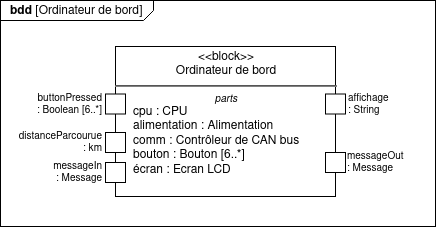
Above: diagrammes/bdd_ordi_de_bord.png in Dalker/ISI-mobility (draw.io), before the change. Source tidied: cells renumbered, new cells last; positions are measured from the earlier drawing's top-left corner, leaving out a move shared by most shapes.
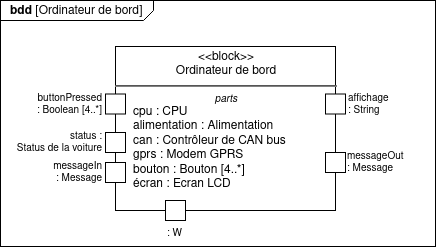
The same diagram one commit later.

The edit, as a diff of the source:
```diff
@@ -3,12 +3,12 @@
     <mxCell id="0" />
     <mxCell id="1" parent="0" />
     <mxCell id="2" value="&lt;p style=&quot;margin: 0px ; margin-top: 4px ; margin-left: 10px ; text-align: left&quot;&gt;&lt;b&gt;bdd&lt;/b&gt; [Ordinateur de bord]&lt;br&gt;&lt;/p&gt;" style="html=1;strokeWidth=1;shape=mxgraph.sysml.package;labelX=153;align=left;spacingLeft=10;overflow=fill;" parent="1" vertex="1">
-      <mxGeometry width="435" height="226" as="geometry" />
+      <mxGeometry width="435" height="246" as="geometry" />
     </mxCell>
-    <mxCell id="3" value="&lt;p style=&quot;margin: 0px ; margin-top: 4px ; text-align: center&quot;&gt;&amp;lt;&amp;lt;block&amp;gt;&amp;gt;&lt;br&gt;Ordinateur de bord&lt;/p&gt;&lt;hr&gt;&lt;p style=&quot;font-size: 10px ; margin: 0px ; text-align: center&quot;&gt;&lt;i&gt;parts&lt;/i&gt;&lt;/p&gt;&lt;p style=&quot;margin: 0px ; margin-left: 8px ; text-align: left&quot;&gt;&amp;nbsp;&amp;nbsp; cpu : CPU&lt;/p&gt;&lt;p style=&quot;margin: 0px ; margin-left: 8px ; text-align: left&quot;&gt;&amp;nbsp;&amp;nbsp; alimentation : Alimentation&lt;/p&gt;&lt;p style=&quot;margin: 0px ; margin-left: 8px ; text-align: left&quot;&gt;&amp;nbsp;&amp;nbsp; comm : Contrôleur de CAN bus&lt;/p&gt;&lt;p style=&quot;margin: 0px ; margin-left: 8px ; text-align: left&quot;&gt;&amp;nbsp;&amp;nbsp; bouton : Bouton [6..*]&lt;br&gt;&lt;/p&gt;&lt;p style=&quot;margin: 0px ; margin-left: 8px ; text-align: left&quot;&gt;&amp;nbsp;&amp;nbsp; écran : Ecran LCD&lt;br&gt;&lt;/p&gt;" style="shape=rect;html=1;overflow=fill;verticalAlign=top;align=left;whiteSpace=wrap;" parent="2" vertex="1">
-      <mxGeometry x="115" y="46" width="220" height="150" as="geometry" />
+    <mxCell id="3" value="&lt;p style=&quot;margin: 0px ; margin-top: 4px ; text-align: center&quot;&gt;&amp;lt;&amp;lt;block&amp;gt;&amp;gt;&lt;br&gt;Ordinateur de bord&lt;/p&gt;&lt;hr&gt;&lt;p style=&quot;font-size: 10px ; margin: 0px ; text-align: center&quot;&gt;&lt;i&gt;parts&lt;/i&gt;&lt;/p&gt;&lt;p style=&quot;margin: 0px ; margin-left: 8px ; text-align: left&quot;&gt;&amp;nbsp;&amp;nbsp; cpu : CPU&lt;/p&gt;&lt;p style=&quot;margin: 0px ; margin-left: 8px ; text-align: left&quot;&gt;&amp;nbsp;&amp;nbsp; alimentation : Alimentation&lt;/p&gt;&lt;p style=&quot;margin: 0px ; margin-left: 8px ; text-align: left&quot;&gt;&amp;nbsp;&amp;nbsp; can : Contrôleur de CAN bus&lt;/p&gt;&lt;p style=&quot;margin: 0px ; margin-left: 8px ; text-align: left&quot;&gt;&amp;nbsp;&amp;nbsp; gprs : Modem GPRS&lt;br&gt;&lt;/p&gt;&lt;p style=&quot;margin: 0px ; margin-left: 8px ; text-align: left&quot;&gt;&amp;nbsp;&amp;nbsp; bouton : Bouton [4..*]&lt;br&gt;&lt;/p&gt;&lt;p style=&quot;margin: 0px ; margin-left: 8px ; text-align: left&quot;&gt;&amp;nbsp;&amp;nbsp; écran : Ecran LCD&lt;br&gt;&lt;/p&gt;" style="shape=rect;html=1;overflow=fill;verticalAlign=top;align=left;whiteSpace=wrap;" parent="2" vertex="1">
+      <mxGeometry x="115" y="46" width="220" height="164" as="geometry" />
     </mxCell>
-    <mxCell id="4" value="&lt;div&gt;distanceParcourue&lt;/div&gt;&lt;div&gt;: km&lt;br&gt;&lt;/div&gt;" style="strokeColor=inherit;fillColor=inherit;gradientColor=inherit;shape=rect;html=1;align=right;verticalAlign=middle;labelPosition=left;verticalLabelPosition=middle;labelBackgroundColor=none;fontSize=10;paart=1;spacingLeft=0;spacingRight=2;" parent="2" vertex="1">
+    <mxCell id="4" value="&lt;div&gt;status :&lt;/div&gt;&lt;div&gt;Status de la voiture&lt;br&gt;&lt;/div&gt;" style="strokeColor=inherit;fillColor=inherit;gradientColor=inherit;shape=rect;html=1;align=right;verticalAlign=middle;labelPosition=left;verticalLabelPosition=middle;labelBackgroundColor=none;fontSize=10;paart=1;spacingLeft=0;spacingRight=2;" parent="2" vertex="1">
       <mxGeometry x="105" y="132" width="20" height="20" as="geometry" />
     </mxCell>
     <mxCell id="5" value="&lt;div&gt;messageIn&lt;/div&gt;&lt;div&gt;: Message&lt;br&gt;&lt;/div&gt;" style="strokeColor=inherit;fillColor=inherit;gradientColor=inherit;shape=rect;html=1;align=right;verticalAlign=middle;labelPosition=left;verticalLabelPosition=middle;labelBackgroundColor=none;fontSize=10;paart=1;spacingLeft=0;spacingRight=2;" parent="2" vertex="1">
@@ -20,8 +20,11 @@
     <mxCell id="7" value="&lt;div&gt;affichage&lt;/div&gt;&lt;div&gt;: String&lt;br&gt;&lt;/div&gt;" style="strokeColor=inherit;fillColor=inherit;gradientColor=inherit;shape=rect;html=1;align=left;verticalAlign=middle;labelPosition=right;verticalLabelPosition=middle;labelBackgroundColor=none;fontSize=10;paart=1;spacingLeft=1;spacingRight=2;" parent="2" vertex="1">
       <mxGeometry x="325" y="93.5" width="20" height="20" as="geometry" />
     </mxCell>
-    <mxCell id="8" value="&lt;div&gt;buttonPressed&lt;/div&gt;&lt;div&gt;: Boolean [6..*]&lt;br&gt;&lt;/div&gt;" style="strokeColor=inherit;fillColor=inherit;gradientColor=inherit;shape=rect;html=1;align=right;verticalAlign=middle;labelPosition=left;verticalLabelPosition=middle;labelBackgroundColor=none;fontSize=10;paart=1;spacingLeft=1;spacingRight=2;" parent="2" vertex="1">
+    <mxCell id="8" value="&lt;div&gt;buttonPressed&lt;/div&gt;&lt;div&gt;: Boolean [4..*]&lt;br&gt;&lt;/div&gt;" style="strokeColor=inherit;fillColor=inherit;gradientColor=inherit;shape=rect;html=1;align=right;verticalAlign=middle;labelPosition=left;verticalLabelPosition=middle;labelBackgroundColor=none;fontSize=10;paart=1;spacingLeft=1;spacingRight=2;" parent="2" vertex="1">
       <mxGeometry x="105" y="93.5" width="20" height="20" as="geometry" />
     </mxCell>
+    <mxCell id="9" value=": W" style="strokeColor=inherit;fillColor=inherit;gradientColor=inherit;shape=rect;html=1;align=center;verticalAlign=top;labelPosition=center;verticalLabelPosition=bottom;labelBackgroundColor=none;fontSize=10;paart=1;spacingLeft=0;spacingRight=2;" parent="2" vertex="1">
+      <mxGeometry x="165" y="200" width="20" height="20" as="geometry" />
+    </mxCell>
   </root>
 </mxGraphModel>
```
